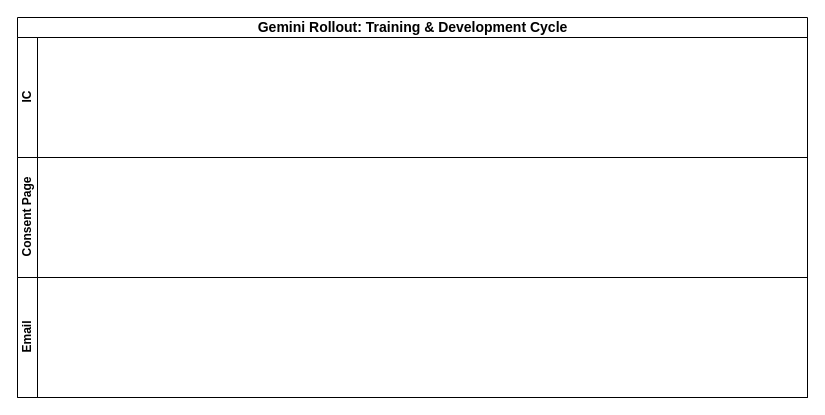
Before: gemini-training-cycle.drawio in lynn-twinkl/innovation-hub-website, a draw.io diagram. Source tidied: cells renumbered, new cells numbered last; positions are measured from the earlier drawing's top-left corner, leaving out a move shared by most shapes. Both pictures are drawn from the tidied source at 100%, with x=0, y=0 at pixel (17, 17).
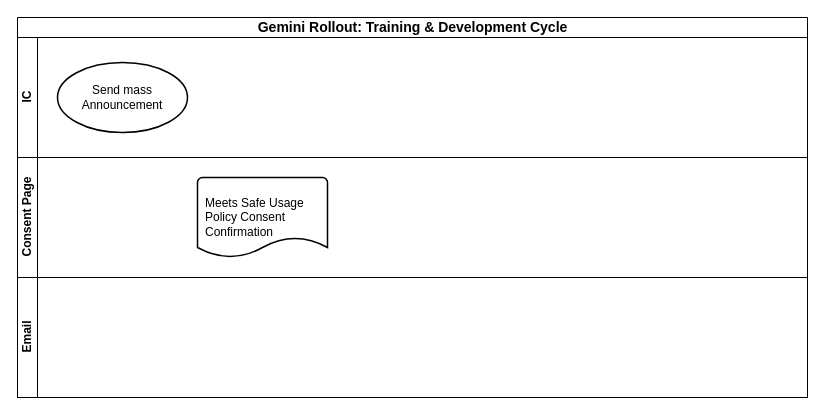
Above is the later version.

What changed in the source:
```diff
@@
 <mxGraphModel>
   <root>
     <mxCell id="0" />
     <mxCell id="1" parent="0" />
     <mxCell id="2" value="&lt;font style=&quot;font-size: 14px;&quot;&gt;Gemini Rollout: Training &amp;amp; Development Cycle&lt;/font&gt;" style="swimlane;horizontal=1;startSize=20;html=1;fontFamily=Outfit;spacingTop=4;spacing=8;spacingBottom=5;" parent="1" vertex="1">
       <mxGeometry width="790" height="380" as="geometry" />
     </mxCell>
     <mxCell id="3" value="IC" style="swimlane;startSize=20;horizontal=0;html=1;" parent="2" vertex="1">
       <mxGeometry y="20" width="790" height="120" as="geometry" />
     </mxCell>
+    <mxCell id="6" value="Send mass Announcement" style="strokeWidth=1.5;html=1;shape=mxgraph.flowchart.start_1;whiteSpace=wrap;spacing=8;" parent="3" vertex="1">
+      <mxGeometry x="40" y="25" width="130" height="70" as="geometry" />
+    </mxCell>
     <mxCell id="4" value="Consent Page" style="swimlane;startSize=20;horizontal=0;html=1;" parent="2" vertex="1">
       <mxGeometry y="140" width="790" height="120" as="geometry" />
     </mxCell>
+    <mxCell id="7" value="Meets Safe Usage Policy Consent Confirmation" style="strokeWidth=1.5;html=1;shape=mxgraph.flowchart.document2;whiteSpace=wrap;size=0.25;align=left;spacing=8;" parent="4" vertex="1">
+      <mxGeometry x="180" y="20" width="130" height="80" as="geometry" />
+    </mxCell>
     <mxCell id="5" value="Email" style="swimlane;startSize=20;horizontal=0;html=1;" parent="2" vertex="1">
       <mxGeometry y="260" width="790" height="120" as="geometry" />
     </mxCell>
   </root>
 </mxGraphModel>
```
